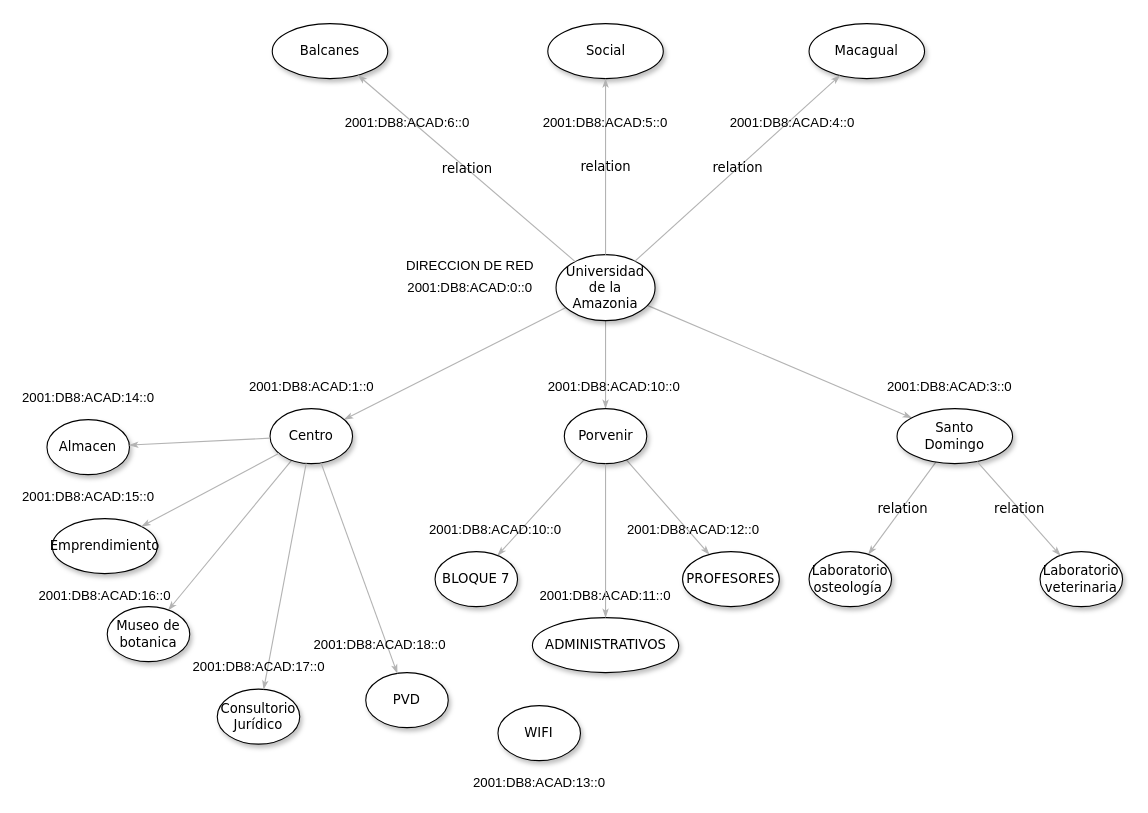
gaom13/prueba keeps this draw.io diagram as Untitled Diagram.drawio. Above is the earlier version. Source tidied: cells renumbered, new cells numbered last; positions are measured from the earlier drawing's top-left corner, leaving out a move shared by most shapes. Both pictures are drawn from the tidied source at 110%, with x=0, y=0 at pixel (19, 23).
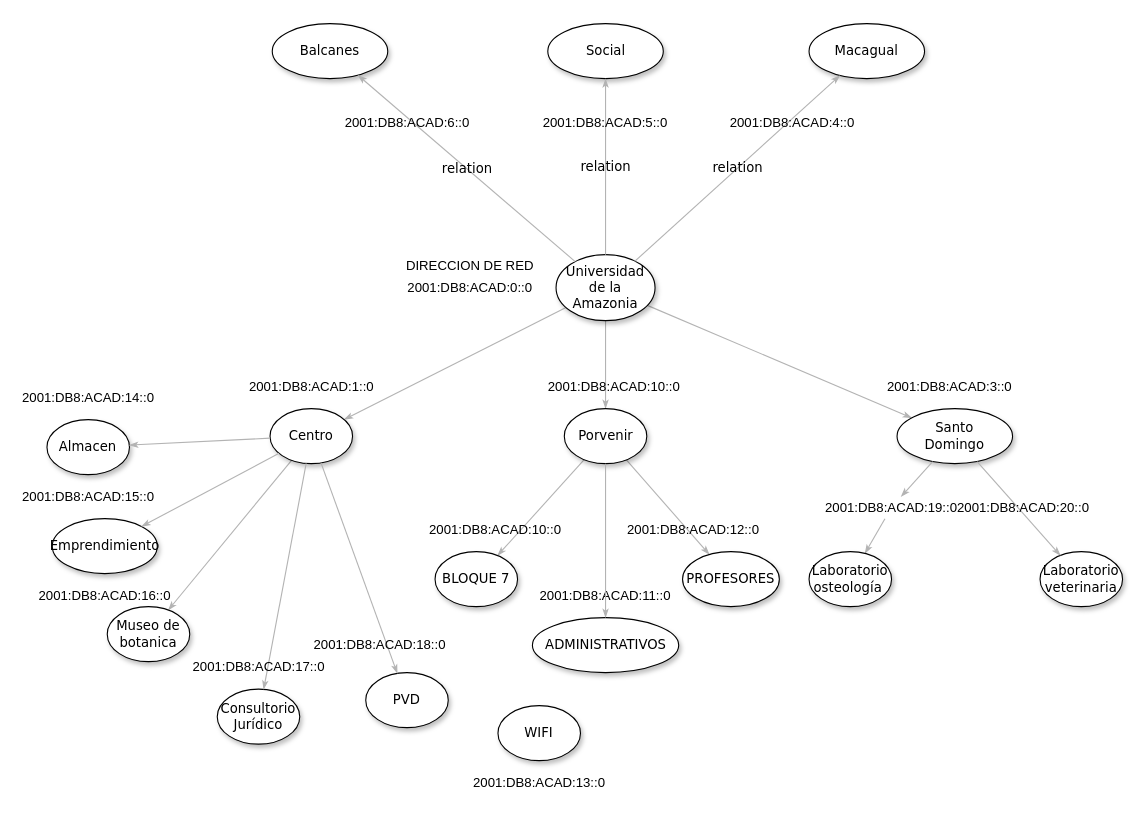
Above is the later version.

Unchanged cells that the change refers to:
```xml
<mxCell id="10" value="&lt;span&gt;Santo&lt;br&gt;Domingo&lt;/span&gt;" style="ellipse;whiteSpace=wrap;html=1;rounded=0;shadow=1;comic=0;labelBackgroundColor=none;strokeWidth=1;fontFamily=Verdana;fontSize=12;align=center;" parent="1" vertex="1">
  <mxGeometry x="798" y="350" width="105" height="50" as="geometry" />
</mxCell>
<mxCell id="11" value="Laboratorio&lt;br&gt;osteología&amp;nbsp;" style="ellipse;whiteSpace=wrap;html=1;rounded=0;shadow=1;comic=0;labelBackgroundColor=none;strokeWidth=1;fontFamily=Verdana;fontSize=12;align=center;" parent="1" vertex="1">
  <mxGeometry x="718" y="480" width="75" height="50" as="geometry" />
</mxCell>
<mxCell id="31" value="&lt;span&gt;Laboratorio&lt;br&gt;veterinaria&lt;br&gt;&lt;/span&gt;" style="ellipse;whiteSpace=wrap;html=1;rounded=0;shadow=1;comic=0;labelBackgroundColor=none;strokeWidth=1;fontFamily=Verdana;fontSize=12;align=center;" parent="1" vertex="1">
  <mxGeometry x="928" y="480" width="75" height="50" as="geometry" />
</mxCell>
```

What changed in the source:
```diff
@@
-    <mxCell id="9" value="relation" style="edgeStyle=none;rounded=1;html=1;labelBackgroundColor=none;startArrow=none;startFill=0;startSize=5;endArrow=classicThin;endFill=1;endSize=5;jettySize=auto;strokeColor=#B3B3B3;strokeWidth=1;fontFamily=Verdana;fontSize=12;" parent="1" edge="1" source="10" target="11">
+    <mxCell id="9" style="edgeStyle=none;rounded=1;html=1;labelBackgroundColor=none;startArrow=none;startFill=0;startSize=5;endArrow=classicThin;endFill=1;endSize=5;jettySize=auto;strokeColor=#B3B3B3;strokeWidth=1;fontFamily=Verdana;fontSize=12;" parent="1" edge="1" source="54" target="11">
       <mxGeometry relative="1" as="geometry" />
     </mxCell>
@@
-    <mxCell id="32" value="relation" style="edgeStyle=none;rounded=1;html=1;labelBackgroundColor=none;startArrow=none;startFill=0;startSize=5;endArrow=classicThin;endFill=1;endSize=5;jettySize=auto;strokeColor=#B3B3B3;strokeWidth=1;fontFamily=Verdana;fontSize=12;" parent="1" edge="1" source="10" target="31">
+    <mxCell id="32" style="edgeStyle=none;rounded=1;html=1;labelBackgroundColor=none;startArrow=none;startFill=0;startSize=5;endArrow=classicThin;endFill=1;endSize=5;jettySize=auto;strokeColor=#B3B3B3;strokeWidth=1;fontFamily=Verdana;fontSize=12;" parent="1" edge="1" source="10" target="31">
       <mxGeometry relative="1" as="geometry" />
     </mxCell>
@@
+    <mxCell id="53" value="2001:DB8:ACAD:20::0" style="text;html=1;strokeColor=none;fillColor=none;align=center;verticalAlign=middle;whiteSpace=wrap;rounded=0;" parent="1" vertex="1">
+      <mxGeometry x="850" y="430" width="125.5" height="20" as="geometry" />
+    </mxCell>
+    <mxCell id="54" value="2001:DB8:ACAD:19::0" style="text;html=1;strokeColor=none;fillColor=none;align=center;verticalAlign=middle;whiteSpace=wrap;rounded=0;" parent="1" vertex="1">
+      <mxGeometry x="730" y="430" width="125.5" height="20" as="geometry" />
+    </mxCell>
+    <mxCell id="55" style="edgeStyle=none;rounded=1;html=1;labelBackgroundColor=none;startArrow=none;startFill=0;startSize=5;endArrow=classicThin;endFill=1;endSize=5;jettySize=auto;strokeColor=#B3B3B3;strokeWidth=1;fontFamily=Verdana;fontSize=12;" parent="1" edge="1" source="10" target="54">
+      <mxGeometry relative="1" as="geometry" />
+    </mxCell>
```
